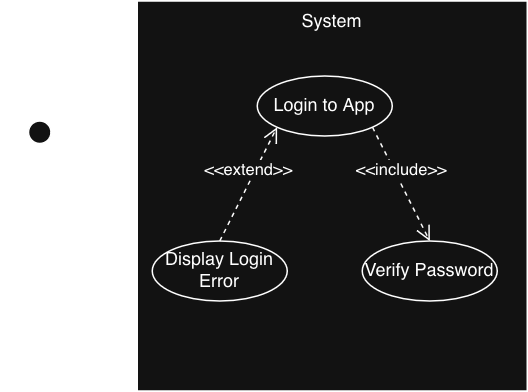
Earlier version of the draw.io export CS3667/imgs/include-extend.png (haietza/lecture-slides). Source tidied: cells renumbered, new cells last; positions are measured from the earlier drawing's top-left corner, leaving out a move shared by most shapes. Source of this version:
```xml
<mxGraphModel>
  <root>
    <mxCell id="0" />
    <mxCell id="1" value="Include Extend" parent="0" />
    <mxCell id="2" value="System" style="html=1;whiteSpace=wrap;verticalAlign=top;" parent="1" vertex="1">
      <mxGeometry x="80" width="260" height="260" as="geometry" />
    </mxCell>
    <mxCell id="3" value="Customer" style="shape=umlActor;verticalLabelPosition=bottom;verticalAlign=top;html=1;" parent="1" vertex="1">
      <mxGeometry y="80" width="30" height="60" as="geometry" />
    </mxCell>
    <mxCell id="4" value="Login to App" style="ellipse;whiteSpace=wrap;html=1;" parent="1" vertex="1">
      <mxGeometry x="160" y="50" width="90" height="40" as="geometry" />
    </mxCell>
    <mxCell id="5" value="Display Login Error" style="ellipse;whiteSpace=wrap;html=1;" parent="1" vertex="1">
      <mxGeometry x="90" y="160" width="90" height="40" as="geometry" />
    </mxCell>
    <mxCell id="6" value="Verify Password" style="ellipse;whiteSpace=wrap;html=1;" parent="1" vertex="1">
      <mxGeometry x="230" y="160" width="90" height="40" as="geometry" />
    </mxCell>
    <mxCell id="7" value="&amp;lt;&amp;lt;extend&amp;gt;&amp;gt;" style="html=1;verticalAlign=bottom;endArrow=open;dashed=1;endSize=8;curved=0;rounded=0;entryX=0;entryY=1;entryDx=0;entryDy=0;exitX=0.5;exitY=0;exitDx=0;exitDy=0;" parent="1" edge="1" source="5" target="4">
      <mxGeometry relative="1" as="geometry" />
    </mxCell>
    <mxCell id="8" value="&amp;lt;&amp;lt;include&amp;gt;&amp;gt;" style="html=1;verticalAlign=bottom;endArrow=open;dashed=1;endSize=8;curved=0;rounded=0;entryX=0.5;entryY=0;entryDx=0;entryDy=0;exitX=1;exitY=1;exitDx=0;exitDy=0;" parent="1" edge="1" source="4" target="6">
      <mxGeometry relative="1" as="geometry" />
    </mxCell>
  </root>
</mxGraphModel>
```
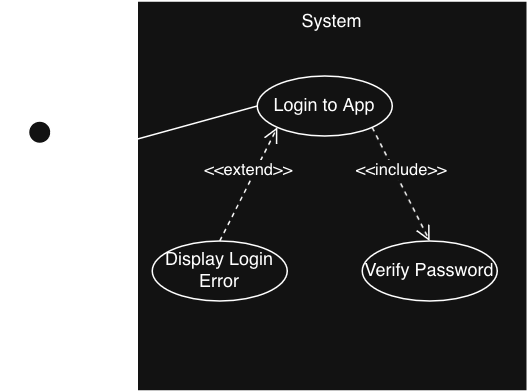
After the change.

Commit message:
Use case content

The edit, as a diff of the source:
```diff
@@ -23,5 +23,8 @@
     <mxCell id="8" value="&amp;lt;&amp;lt;include&amp;gt;&amp;gt;" style="html=1;verticalAlign=bottom;endArrow=open;dashed=1;endSize=8;curved=0;rounded=0;entryX=0.5;entryY=0;entryDx=0;entryDy=0;exitX=1;exitY=1;exitDx=0;exitDy=0;" parent="1" edge="1" source="4" target="6">
       <mxGeometry relative="1" as="geometry" />
     </mxCell>
+    <mxCell id="9" style="endArrow=none;endFill=0;endSize=12;html=1;rounded=0;exitX=0.5;exitY=0.5;exitDx=0;exitDy=0;exitPerimeter=0;entryX=0;entryY=0.5;entryDx=0;entryDy=0;" parent="1" edge="1" source="3" target="4">
+      <mxGeometry relative="1" as="geometry" />
+    </mxCell>
   </root>
 </mxGraphModel>
```
